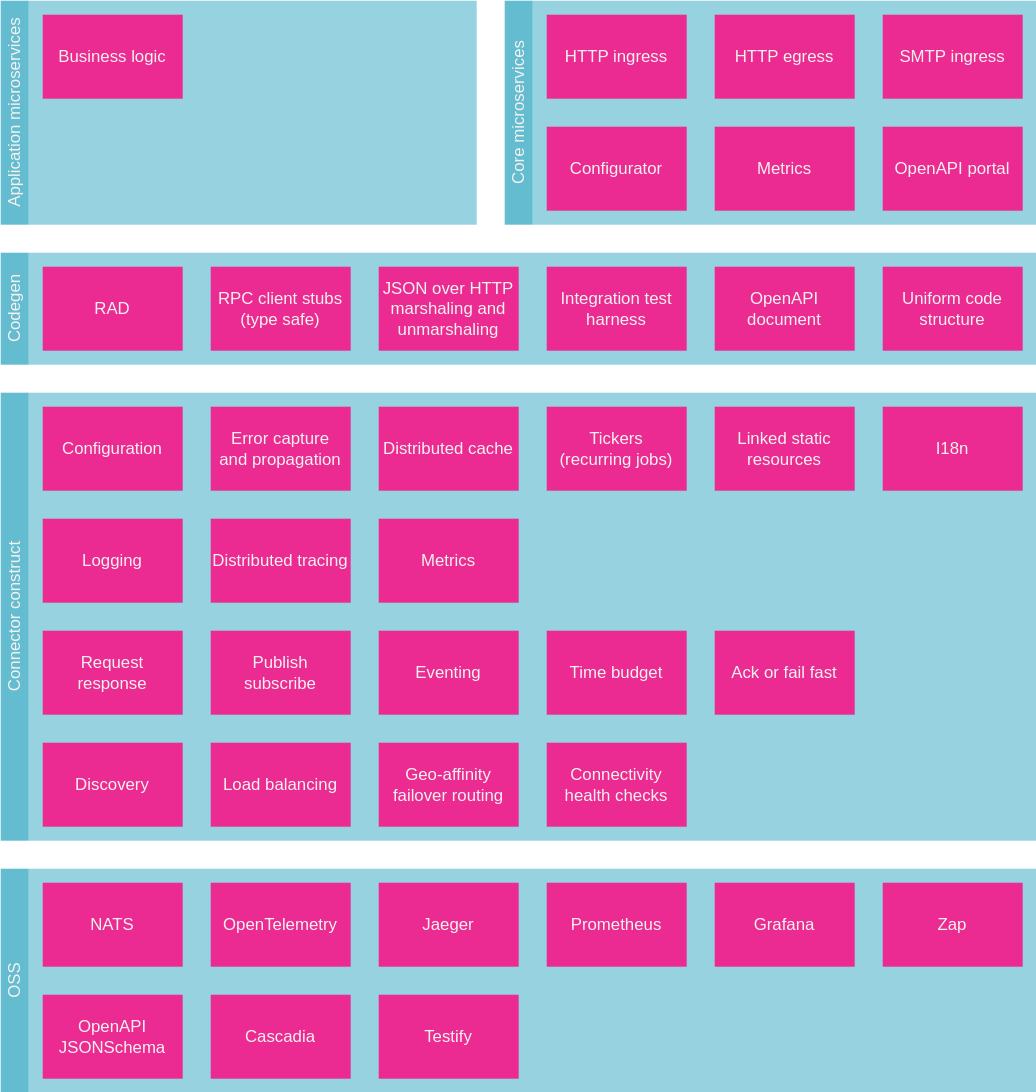
The draw.io diagram docs/blocks/layers-1.drawio.svg in microbus-io/fabric, before a commit. Source tidied: cells renumbered, new cells last; positions are measured from the earlier drawing's top-left corner, leaving out a move shared by most shapes.
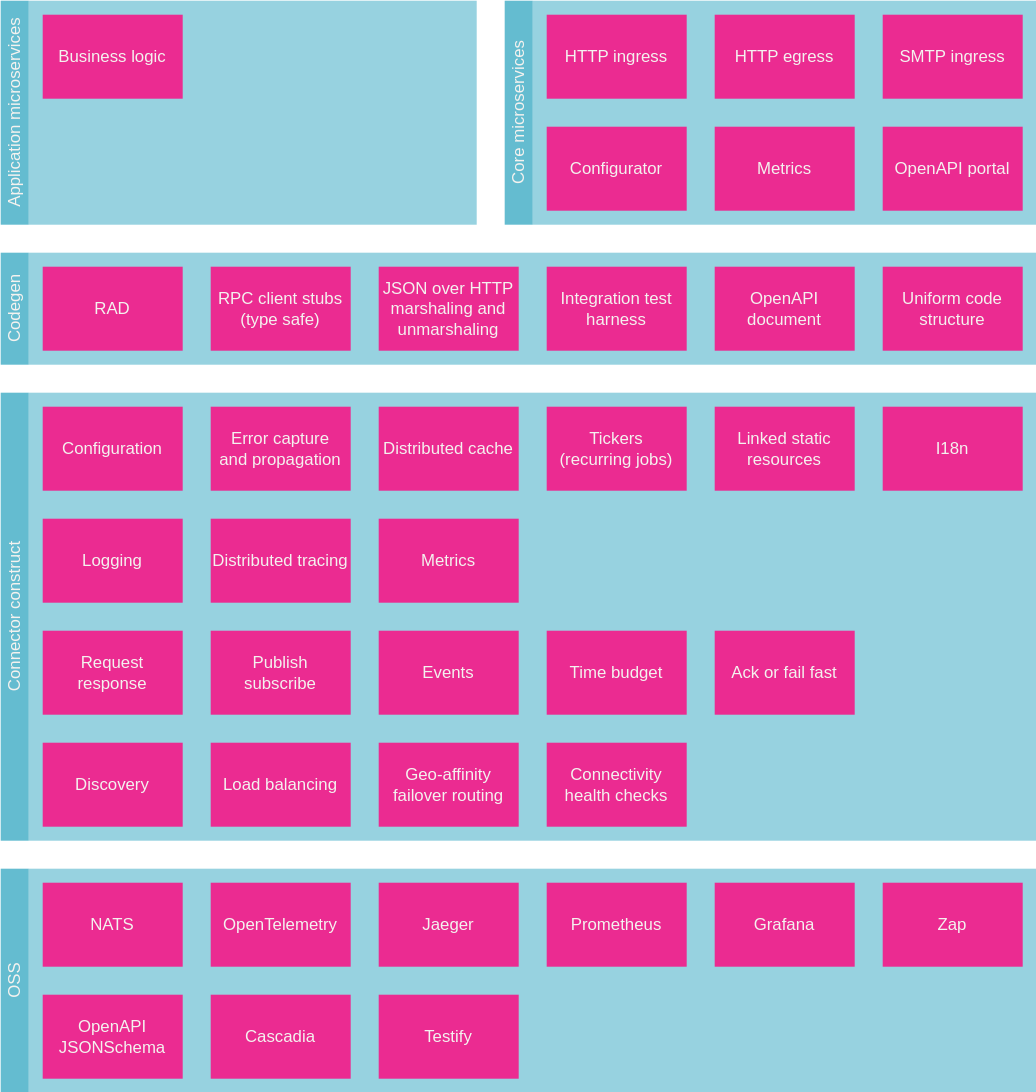
Above is the later version.

Change to the diagram source:
```diff
@@ -125,7 +125,7 @@
     <mxCell id="42" value="SMTP ingress" style="rounded=0;whiteSpace=wrap;html=1;fillColor=#eb2b91;gradientColor=none;fontColor=#F4F2EF;strokeColor=none;align=center;verticalAlign=middle;fontFamily=Helvetica;fontSize=12;" parent="1" vertex="1">
       <mxGeometry x="630" y="10" width="100" height="60" as="geometry" />
     </mxCell>
-    <mxCell id="43" value="Eventing" style="rounded=0;whiteSpace=wrap;html=1;fillColor=#eb2b91;strokeColor=none;fontColor=#F4F2EF;align=center;verticalAlign=middle;fontFamily=Helvetica;fontSize=12;" parent="1" vertex="1">
+    <mxCell id="43" value="Events" style="rounded=0;whiteSpace=wrap;html=1;fillColor=#eb2b91;strokeColor=none;fontColor=#F4F2EF;align=center;verticalAlign=middle;fontFamily=Helvetica;fontSize=12;" parent="1" vertex="1">
       <mxGeometry x="270" y="450" width="100" height="60" as="geometry" />
     </mxCell>
     <mxCell id="44" value="Testify" style="rounded=0;whiteSpace=wrap;html=1;fillColor=#eb2b91;strokeColor=none;fontColor=#F4F2EF;align=center;verticalAlign=middle;fontFamily=Helvetica;fontSize=12;" parent="1" vertex="1">
```
